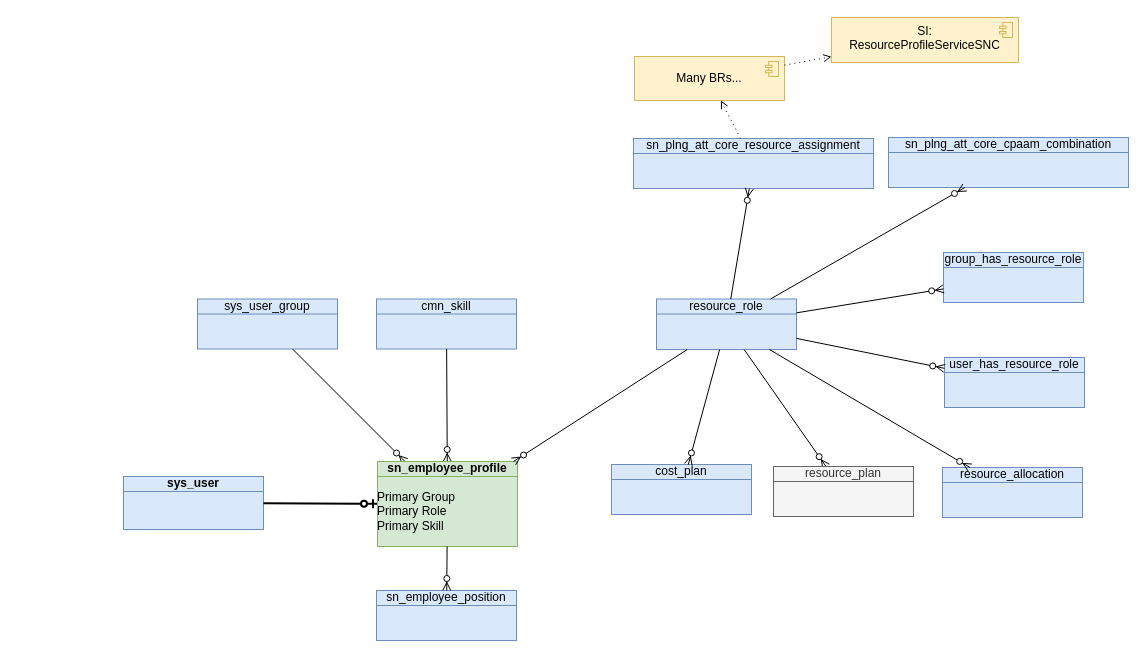
Above: page "profile" (20 of 21) of Sar.drawio in algimas/tmp (draw.io), before the change. Source tidied: cells renumbered, new cells numbered last; positions are measured from the earlier drawing's top-left corner, leaving out a move shared by most shapes. Both pictures are drawn from the tidied source at 100%, with x=0, y=0 at pixel (123, 17).
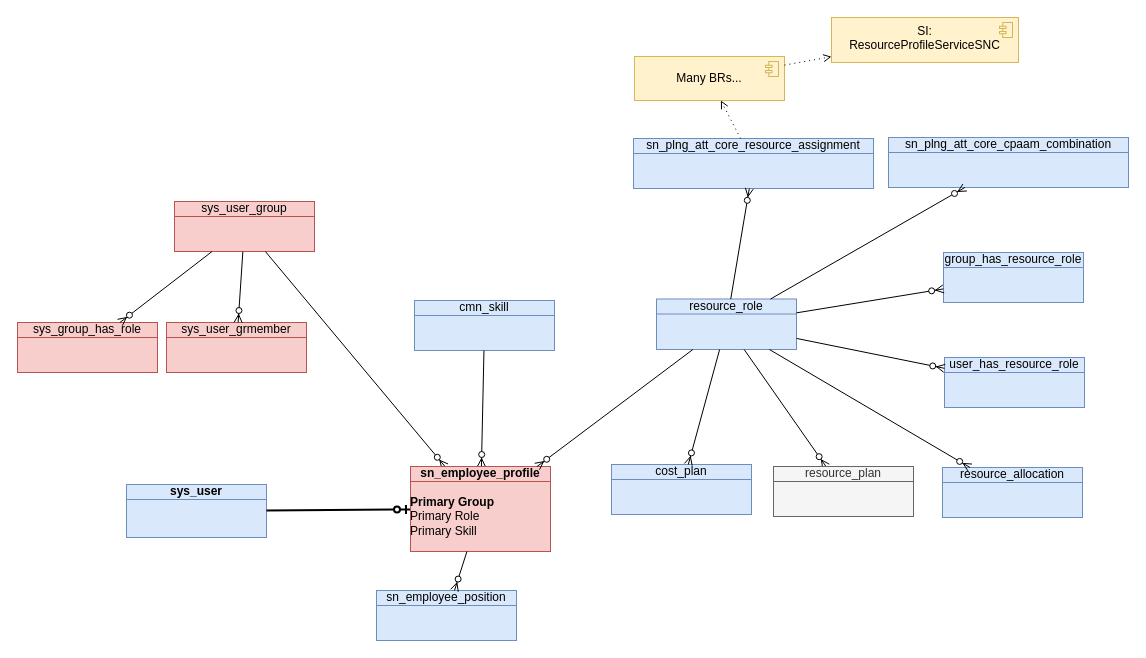
The same diagram, later.

The edit, as a diff of the source:
```diff
@@
     <mxCell id="2" value="&lt;div&gt;sys_user&lt;/div&gt;&lt;div&gt;&lt;span style=&quot;font-weight: normal;&quot;&gt;&lt;br&gt;&lt;/span&gt;&lt;/div&gt;&lt;div&gt;&lt;br&gt;&lt;/div&gt;" style="html=1;outlineConnect=0;whiteSpace=wrap;fillColor=#dae8fc;shape=mxgraph.archimate3.businessObject;overflow=fill;strokeColor=#6c8ebf;fontStyle=1;" parent="1" vertex="1">
-      <mxGeometry y="459" width="140" height="53" as="geometry" />
+      <mxGeometry x="3" y="467" width="140" height="53" as="geometry" />
     </mxCell>
@@
-    <mxCell id="4" value="&lt;div&gt;sys_user_group&lt;/div&gt;" style="html=1;outlineConnect=0;whiteSpace=wrap;fillColor=#dae8fc;shape=mxgraph.archimate3.businessObject;overflow=fill;strokeColor=#6c8ebf;" parent="1" vertex="1">
-      <mxGeometry x="74" y="281.5" width="140" height="50" as="geometry" />
+    <mxCell id="4" value="&lt;div&gt;sys_user_group&lt;/div&gt;" style="html=1;outlineConnect=0;whiteSpace=wrap;fillColor=#f8cecc;shape=mxgraph.archimate3.businessObject;overflow=fill;strokeColor=#b85450;" parent="1" vertex="1">
+      <mxGeometry x="51" y="184" width="140" height="50" as="geometry" />
     </mxCell>
     <mxCell id="5" value="cmn_skill" style="html=1;outlineConnect=0;whiteSpace=wrap;fillColor=#dae8fc;shape=mxgraph.archimate3.businessObject;overflow=fill;strokeColor=#6c8ebf;" parent="1" vertex="1">
-      <mxGeometry x="253" y="281.5" width="140" height="50" as="geometry" />
+      <mxGeometry x="291" y="283" width="140" height="50" as="geometry" />
     </mxCell>
@@
-    <mxCell id="8" value="&lt;div&gt;sn_employee_profile&lt;/div&gt;&lt;div&gt;&lt;br&gt;&lt;/div&gt;&lt;div align=&quot;left&quot;&gt;&lt;span style=&quot;font-weight: normal;&quot;&gt;Primary Group&lt;/span&gt;&lt;/div&gt;&lt;div align=&quot;left&quot;&gt;&lt;span style=&quot;font-weight: normal;&quot;&gt;Primary Role&lt;/span&gt;&lt;/div&gt;&lt;div align=&quot;left&quot;&gt;&lt;span style=&quot;font-weight: normal;&quot;&gt;Primary Skill&lt;/span&gt;&lt;/div&gt;" style="html=1;outlineConnect=0;whiteSpace=wrap;fillColor=#d5e8d4;shape=mxgraph.archimate3.businessObject;overflow=fill;strokeColor=#82b366;fontStyle=1;" parent="1" vertex="1">
-      <mxGeometry x="254" y="444" width="140" height="85" as="geometry" />
+    <mxCell id="8" value="&lt;div&gt;sn_employee_profile&lt;/div&gt;&lt;div&gt;&lt;br&gt;&lt;/div&gt;&lt;div align=&quot;left&quot;&gt;Primary Group&lt;/div&gt;&lt;div align=&quot;left&quot;&gt;&lt;span style=&quot;font-weight: normal;&quot;&gt;Primary Role&lt;/span&gt;&lt;/div&gt;&lt;div align=&quot;left&quot;&gt;&lt;span style=&quot;font-weight: normal;&quot;&gt;Primary Skill&lt;/span&gt;&lt;/div&gt;" style="html=1;outlineConnect=0;whiteSpace=wrap;fillColor=#f8cecc;shape=mxgraph.archimate3.businessObject;overflow=fill;strokeColor=#b85450;fontStyle=1;" parent="1" vertex="1">
+      <mxGeometry x="287" y="449" width="140" height="85" as="geometry" />
     </mxCell>
@@
+    <mxCell id="31" value="sys_group_has_role" style="html=1;outlineConnect=0;whiteSpace=wrap;fillColor=#f8cecc;shape=mxgraph.archimate3.businessObject;overflow=fill;strokeColor=#b85450;" parent="1" vertex="1">
+      <mxGeometry x="-106" y="305" width="140" height="50" as="geometry" />
+    </mxCell>
+    <mxCell id="32" style="fontSize=12;html=1;endArrow=ERzeroToMany;endFill=1;rounded=0;" parent="1" edge="1" source="4" target="31">
+      <mxGeometry relative="1" as="geometry" />
+    </mxCell>
+    <mxCell id="33" value="sys_user_grmember" style="html=1;outlineConnect=0;whiteSpace=wrap;fillColor=#f8cecc;shape=mxgraph.archimate3.businessObject;overflow=fill;strokeColor=#b85450;" parent="1" vertex="1">
+      <mxGeometry x="43" y="305" width="140" height="50" as="geometry" />
+    </mxCell>
+    <mxCell id="34" style="fontSize=12;html=1;endArrow=ERzeroToMany;endFill=1;rounded=0;" parent="1" edge="1" source="4" target="33">
+      <mxGeometry relative="1" as="geometry" />
+    </mxCell>
```
